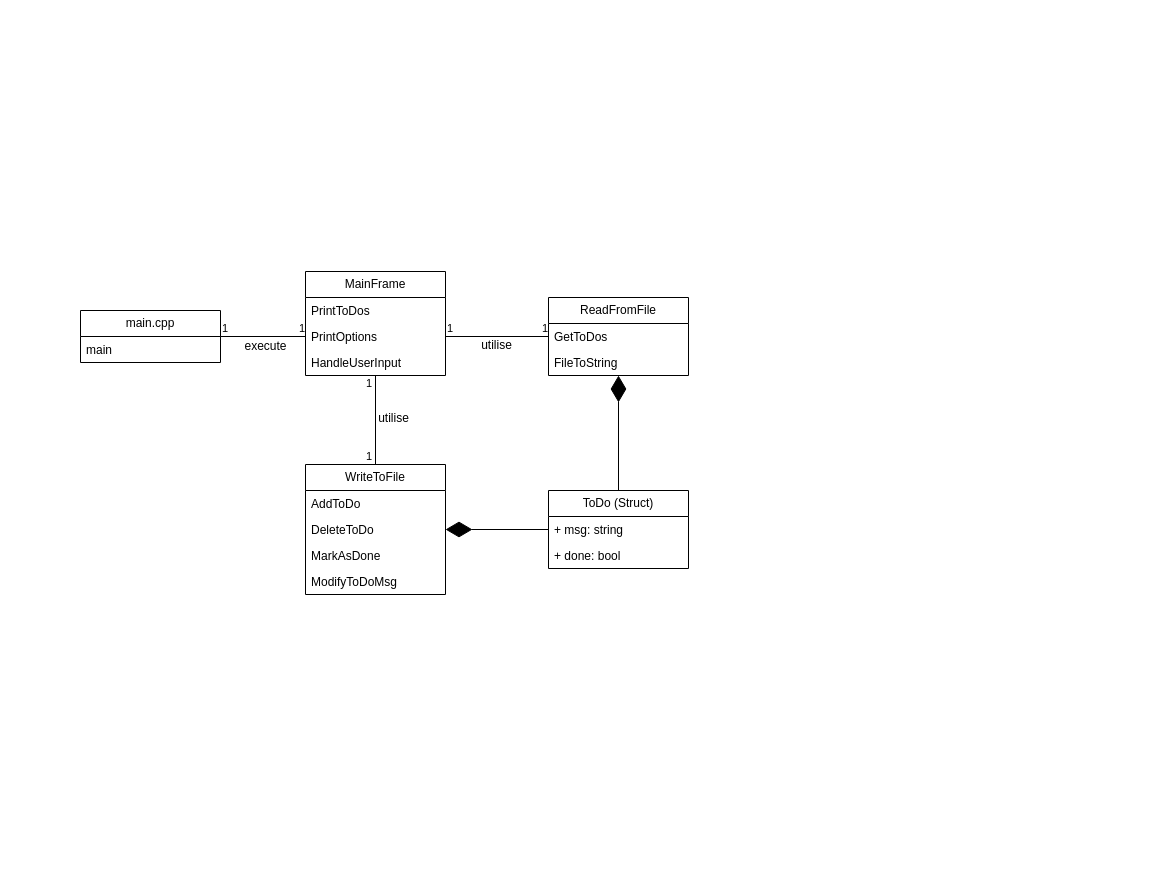
Earlier version of the draw.io diagram page "Class Diagram" (3 of 3) of uml_diagrams/ToDoListConsoleApplication.drawio (EvatsugDnalloR/ToDoListConsoleApplication). Source tidied: cells renumbered, new cells numbered last; positions are measured from the earlier drawing's top-left corner, leaving out a move shared by most shapes. Both pictures are drawn from the tidied source at 100%, with x=0, y=0 at pixel (80, 271).
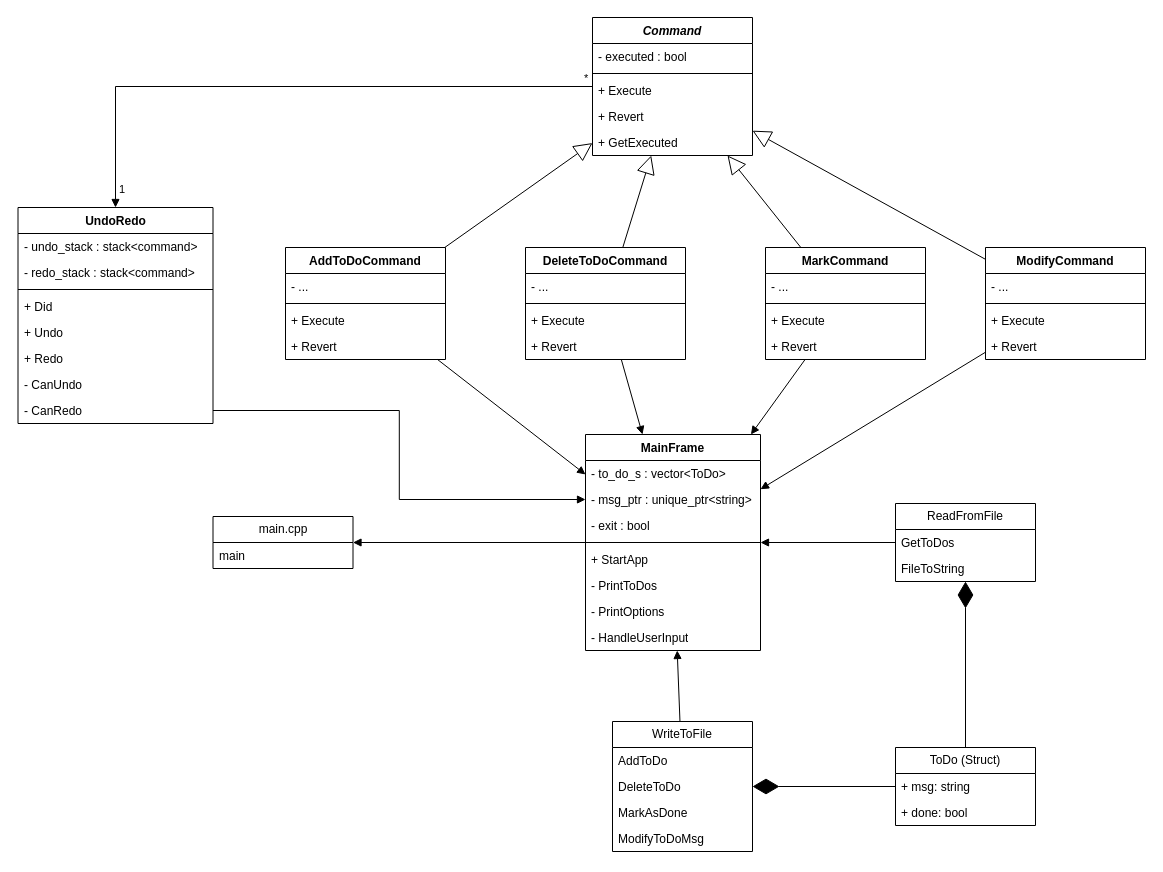
The same page after the edit.

Commit message (it also covers changes not shown here):
updated uml designs to adapt UndoRedo feature by Command pattern

What changed in the source:
```diff
@@
     <mxCell id="2" value="main.cpp" style="swimlane;fontStyle=0;horizontal=1;startSize=26;fillColor=none;whiteSpace=wrap;html=1;" parent="1" vertex="1">
-      <mxGeometry y="39" width="140" height="52" as="geometry" />
+      <mxGeometry x="132.5" y="245" width="140" height="52" as="geometry" />
     </mxCell>
@@
     <mxCell id="4" value="ToDo (Struct)" style="swimlane;fontStyle=0;horizontal=1;startSize=26;fillColor=none;whiteSpace=wrap;html=1;" parent="1" vertex="1">
-      <mxGeometry x="468" y="219" width="140" height="78" as="geometry" />
+      <mxGeometry x="815" y="476" width="140" height="78" as="geometry" />
     </mxCell>
@@
-    <mxCell id="7" value="MainFrame" style="swimlane;fontStyle=0;horizontal=1;startSize=26;fillColor=none;whiteSpace=wrap;html=1;" parent="1" vertex="1">
-      <mxGeometry x="225" width="140" height="104" as="geometry" />
-    </mxCell>
-    <mxCell id="8" value="PrintToDos" style="text;strokeColor=none;fillColor=none;align=left;verticalAlign=top;spacingLeft=4;spacingRight=4;overflow=hidden;whiteSpace=wrap;html=1;" parent="7" vertex="1">
-      <mxGeometry y="26" width="140" height="26" as="geometry" />
-    </mxCell>
-    <mxCell id="9" value="PrintOptions" style="text;strokeColor=none;fillColor=none;align=left;verticalAlign=top;spacingLeft=4;spacingRight=4;overflow=hidden;points=[[0,0.5],[1,0.5]];portConstraint=eastwest;whiteSpace=wrap;html=1;" parent="7" vertex="1">
-      <mxGeometry y="52" width="140" height="26" as="geometry" />
-    </mxCell>
-    <mxCell id="10" value="HandleUserInput" style="text;strokeColor=none;fillColor=none;align=left;verticalAlign=top;spacingLeft=4;spacingRight=4;overflow=hidden;whiteSpace=wrap;html=1;" parent="7" vertex="1">
-      <mxGeometry y="78" width="140" height="26" as="geometry" />
-    </mxCell>
-    <mxCell id="11" style="endArrow=none;html=1;edgeStyle=orthogonalEdgeStyle;rounded=0;entryX=0;entryY=0.5;entryDx=0;entryDy=0;exitX=1;exitY=0.5;exitDx=0;exitDy=0;" parent="1" edge="1" source="2" target="9">
-      <mxGeometry relative="1" as="geometry" />
-    </mxCell>
-    <mxCell id="12" value="1" style="edgeLabel;html=1;align=left;verticalAlign=bottom;" parent="11" vertex="1">
-      <mxGeometry x="-1" relative="1" as="geometry" />
-    </mxCell>
-    <mxCell id="13" value="1" style="edgeLabel;html=1;align=right;verticalAlign=bottom;" parent="11" vertex="1">
-      <mxGeometry x="1" relative="1" as="geometry" />
-    </mxCell>
-    <mxCell id="14" style="endArrow=none;html=1;edgeStyle=orthogonalEdgeStyle;rounded=0;entryX=0;entryY=0.5;entryDx=0;entryDy=0;exitX=1;exitY=0.5;exitDx=0;exitDy=0;" parent="1" edge="1" source="9" target="24">
-      <mxGeometry relative="1" as="geometry" />
-    </mxCell>
-    <mxCell id="15" value="1" style="edgeLabel;html=1;align=left;verticalAlign=bottom;" parent="14" vertex="1">
-      <mxGeometry x="-1" relative="1" as="geometry" />
-    </mxCell>
-    <mxCell id="16" value="1" style="edgeLabel;html=1;align=right;verticalAlign=bottom;" parent="14" vertex="1">
-      <mxGeometry x="1" relative="1" as="geometry" />
-    </mxCell>
-    <mxCell id="17" value="execute" style="text;html=1;align=center;verticalAlign=middle;strokeColor=none;fillColor=none;" parent="1" vertex="1">
-      <mxGeometry x="150" y="60" width="70" height="30" as="geometry" />
-    </mxCell>
-    <mxCell id="18" value="utilise" style="text;html=1;align=center;verticalAlign=middle;strokeColor=none;fillColor=none;" parent="1" vertex="1">
-      <mxGeometry x="391" y="59" width="50" height="30" as="geometry" />
-    </mxCell>
     <mxCell id="19" value="WriteToFile" style="swimlane;fontStyle=0;horizontal=1;startSize=26;fillColor=none;whiteSpace=wrap;html=1;" parent="1" vertex="1">
-      <mxGeometry x="225" y="193" width="140" height="130" as="geometry" />
+      <mxGeometry x="532" y="450" width="140" height="130" as="geometry" />
     </mxCell>
@@
     <mxCell id="24" value="ReadFromFile" style="swimlane;fontStyle=0;horizontal=1;startSize=26;fillColor=none;whiteSpace=wrap;html=1;" parent="1" vertex="1">
-      <mxGeometry x="468" y="26" width="140" height="78" as="geometry" />
+      <mxGeometry x="815" y="232" width="140" height="78" as="geometry" />
     </mxCell>
@@
-    <mxCell id="27" style="endArrow=none;html=1;edgeStyle=orthogonalEdgeStyle;rounded=0;entryX=0.5;entryY=0;entryDx=0;entryDy=0;" parent="1" edge="1" source="7" target="19">
-      <mxGeometry relative="1" as="geometry" />
-    </mxCell>
-    <mxCell id="28" value="1" style="edgeLabel;html=1;align=left;verticalAlign=bottom;" parent="27" vertex="1">
-      <mxGeometry x="-1" relative="1" as="geometry">
-        <mxPoint x="-11" y="16" as="offset" />
-      </mxGeometry>
-    </mxCell>
-    <mxCell id="29" value="1" style="edgeLabel;html=1;align=right;verticalAlign=bottom;" parent="27" vertex="1">
-      <mxGeometry x="1" relative="1" as="geometry">
-        <mxPoint x="-3" as="offset" />
-      </mxGeometry>
-    </mxCell>
-    <mxCell id="30" value="utilise" style="text;html=1;align=center;verticalAlign=middle;strokeColor=none;fillColor=none;" parent="1" vertex="1">
-      <mxGeometry x="288" y="132" width="50" height="30" as="geometry" />
-    </mxCell>
@@
+    <mxCell id="33" value="UndoRedo" style="swimlane;fontStyle=1;align=center;verticalAlign=top;horizontal=1;startSize=26;whiteSpace=wrap;html=1;" parent="1" vertex="1">
+      <mxGeometry x="-62.5" y="-64" width="195" height="216" as="geometry" />
+    </mxCell>
+    <mxCell id="34" value="- undo_stack : stack&amp;lt;command&amp;gt;" style="text;strokeColor=none;fillColor=none;align=left;verticalAlign=top;spacingLeft=4;spacingRight=4;overflow=hidden;whiteSpace=wrap;html=1;" parent="33" vertex="1">
+      <mxGeometry y="26" width="195" height="26" as="geometry" />
+    </mxCell>
+    <mxCell id="35" value="- redo_stack : stack&amp;lt;command&amp;gt;" style="text;strokeColor=none;fillColor=none;align=left;verticalAlign=top;spacingLeft=4;spacingRight=4;overflow=hidden;whiteSpace=wrap;html=1;" parent="33" vertex="1">
+      <mxGeometry y="52" width="195" height="26" as="geometry" />
+    </mxCell>
+    <mxCell id="36" style="line;strokeWidth=1;fillColor=none;align=left;verticalAlign=middle;spacingTop=-1;spacingLeft=3;spacingRight=3;labelPosition=right;strokeColor=inherit;" parent="33" vertex="1">
+      <mxGeometry y="78" width="195" height="8" as="geometry" />
+    </mxCell>
+    <mxCell id="37" value="+ Did" style="text;strokeColor=none;fillColor=none;align=left;verticalAlign=top;spacingLeft=4;spacingRight=4;overflow=hidden;whiteSpace=wrap;html=1;" parent="33" vertex="1">
+      <mxGeometry y="86" width="195" height="26" as="geometry" />
+    </mxCell>
+    <mxCell id="38" value="+ Undo" style="text;strokeColor=none;fillColor=none;align=left;verticalAlign=top;spacingLeft=4;spacingRight=4;overflow=hidden;whiteSpace=wrap;html=1;" parent="33" vertex="1">
+      <mxGeometry y="112" width="195" height="26" as="geometry" />
+    </mxCell>
+    <mxCell id="39" value="+ Redo" style="text;strokeColor=none;fillColor=none;align=left;verticalAlign=top;spacingLeft=4;spacingRight=4;overflow=hidden;whiteSpace=wrap;html=1;" parent="33" vertex="1">
+      <mxGeometry y="138" width="195" height="26" as="geometry" />
+    </mxCell>
+    <mxCell id="40" value="- CanUndo" style="text;strokeColor=none;fillColor=none;align=left;verticalAlign=top;spacingLeft=4;spacingRight=4;overflow=hidden;whiteSpace=wrap;html=1;" parent="33" vertex="1">
+      <mxGeometry y="164" width="195" height="26" as="geometry" />
+    </mxCell>
+    <mxCell id="41" value="- CanRedo" style="text;strokeColor=none;fillColor=none;align=left;verticalAlign=top;spacingLeft=4;spacingRight=4;overflow=hidden;points=[[0,0.5],[1,0.5]];portConstraint=eastwest;whiteSpace=wrap;html=1;" parent="33" vertex="1">
+      <mxGeometry y="190" width="195" height="26" as="geometry" />
+    </mxCell>
+    <mxCell id="7" value="MainFrame" style="swimlane;fontStyle=1;align=center;verticalAlign=top;horizontal=1;startSize=26;whiteSpace=wrap;html=1;" parent="1" vertex="1">
+      <mxGeometry x="505" y="163" width="175" height="216" as="geometry" />
+    </mxCell>
+    <mxCell id="42" value="- to_do_s : vector&amp;lt;ToDo&amp;gt;" style="text;strokeColor=none;fillColor=none;align=left;verticalAlign=top;spacingLeft=4;spacingRight=4;overflow=hidden;whiteSpace=wrap;html=1;" parent="7" vertex="1">
+      <mxGeometry y="26" width="175" height="26" as="geometry" />
+    </mxCell>
+    <mxCell id="43" value="- msg_ptr : unique_ptr&amp;lt;string&amp;gt;" style="text;strokeColor=none;fillColor=none;align=left;verticalAlign=top;spacingLeft=4;spacingRight=4;overflow=hidden;points=[[0,0.5],[1,0.5]];portConstraint=eastwest;whiteSpace=wrap;html=1;" parent="7" vertex="1">
+      <mxGeometry y="52" width="175" height="26" as="geometry" />
+    </mxCell>
+    <mxCell id="44" value="- exit : bool" style="text;strokeColor=none;fillColor=none;align=left;verticalAlign=top;spacingLeft=4;spacingRight=4;overflow=hidden;whiteSpace=wrap;html=1;" parent="7" vertex="1">
+      <mxGeometry y="78" width="175" height="26" as="geometry" />
+    </mxCell>
+    <mxCell id="45" style="line;strokeWidth=1;fillColor=none;align=left;verticalAlign=middle;spacingTop=-1;spacingLeft=3;spacingRight=3;labelPosition=right;strokeColor=inherit;" parent="7" vertex="1">
+      <mxGeometry y="104" width="175" height="8" as="geometry" />
+    </mxCell>
+    <mxCell id="46" value="+ StartApp" style="text;strokeColor=none;fillColor=none;align=left;verticalAlign=top;spacingLeft=4;spacingRight=4;overflow=hidden;whiteSpace=wrap;html=1;" parent="7" vertex="1">
+      <mxGeometry y="112" width="175" height="26" as="geometry" />
+    </mxCell>
+    <mxCell id="47" value="- PrintToDos" style="text;strokeColor=none;fillColor=none;align=left;verticalAlign=top;spacingLeft=4;spacingRight=4;overflow=hidden;whiteSpace=wrap;html=1;" parent="7" vertex="1">
+      <mxGeometry y="138" width="175" height="26" as="geometry" />
+    </mxCell>
+    <mxCell id="48" value="- PrintOptions" style="text;strokeColor=none;fillColor=none;align=left;verticalAlign=top;spacingLeft=4;spacingRight=4;overflow=hidden;whiteSpace=wrap;html=1;" parent="7" vertex="1">
+      <mxGeometry y="164" width="175" height="26" as="geometry" />
+    </mxCell>
+    <mxCell id="49" value="- HandleUserInput" style="text;strokeColor=none;fillColor=none;align=left;verticalAlign=top;spacingLeft=4;spacingRight=4;overflow=hidden;whiteSpace=wrap;html=1;" parent="7" vertex="1">
+      <mxGeometry y="190" width="175" height="26" as="geometry" />
+    </mxCell>
+    <mxCell id="50" value="&lt;i&gt;Command&lt;/i&gt;" style="swimlane;fontStyle=1;align=center;verticalAlign=top;horizontal=1;startSize=26;whiteSpace=wrap;html=1;" parent="1" vertex="1">
+      <mxGeometry x="512" y="-254" width="160" height="138" as="geometry" />
+    </mxCell>
+    <mxCell id="51" value="- executed : bool" style="text;strokeColor=none;fillColor=none;align=left;verticalAlign=top;spacingLeft=4;spacingRight=4;overflow=hidden;whiteSpace=wrap;html=1;" parent="50" vertex="1">
+      <mxGeometry y="26" width="160" height="26" as="geometry" />
+    </mxCell>
+    <mxCell id="52" style="line;strokeWidth=1;fillColor=none;align=left;verticalAlign=middle;spacingTop=-1;spacingLeft=3;spacingRight=3;labelPosition=right;strokeColor=inherit;" parent="50" vertex="1">
+      <mxGeometry y="52" width="160" height="8" as="geometry" />
+    </mxCell>
+    <mxCell id="53" value="+ Execute" style="text;strokeColor=none;fillColor=none;align=left;verticalAlign=top;spacingLeft=4;spacingRight=4;overflow=hidden;whiteSpace=wrap;html=1;" parent="50" vertex="1">
+      <mxGeometry y="60" width="160" height="26" as="geometry" />
+    </mxCell>
+    <mxCell id="54" value="+ Revert" style="text;strokeColor=none;fillColor=none;align=left;verticalAlign=top;spacingLeft=4;spacingRight=4;overflow=hidden;whiteSpace=wrap;html=1;" parent="50" vertex="1">
+      <mxGeometry y="86" width="160" height="26" as="geometry" />
+    </mxCell>
+    <mxCell id="55" value="+ GetExecuted" style="text;strokeColor=none;fillColor=none;align=left;verticalAlign=top;spacingLeft=4;spacingRight=4;overflow=hidden;whiteSpace=wrap;html=1;" parent="50" vertex="1">
+      <mxGeometry y="112" width="160" height="26" as="geometry" />
+    </mxCell>
+    <mxCell id="56" value="AddToDoCommand" style="swimlane;fontStyle=1;align=center;verticalAlign=top;horizontal=1;startSize=26;whiteSpace=wrap;html=1;" parent="1" vertex="1">
+      <mxGeometry x="205" y="-24" width="160" height="112" as="geometry" />
+    </mxCell>
+    <mxCell id="57" value="- ..." style="text;strokeColor=none;fillColor=none;align=left;verticalAlign=top;spacingLeft=4;spacingRight=4;overflow=hidden;whiteSpace=wrap;html=1;" parent="56" vertex="1">
+      <mxGeometry y="26" width="160" height="26" as="geometry" />
+    </mxCell>
+    <mxCell id="58" style="line;strokeWidth=1;fillColor=none;align=left;verticalAlign=middle;spacingTop=-1;spacingLeft=3;spacingRight=3;labelPosition=right;strokeColor=inherit;" parent="56" vertex="1">
+      <mxGeometry y="52" width="160" height="8" as="geometry" />
+    </mxCell>
+    <mxCell id="59" value="+ Execute" style="text;strokeColor=none;fillColor=none;align=left;verticalAlign=top;spacingLeft=4;spacingRight=4;overflow=hidden;whiteSpace=wrap;html=1;" parent="56" vertex="1">
+      <mxGeometry y="60" width="160" height="26" as="geometry" />
+    </mxCell>
+    <mxCell id="60" value="+ Revert" style="text;strokeColor=none;fillColor=none;align=left;verticalAlign=top;spacingLeft=4;spacingRight=4;overflow=hidden;whiteSpace=wrap;html=1;" parent="56" vertex="1">
+      <mxGeometry y="86" width="160" height="26" as="geometry" />
+    </mxCell>
+    <mxCell id="61" value="DeleteToDoCommand" style="swimlane;fontStyle=1;align=center;verticalAlign=top;horizontal=1;startSize=26;whiteSpace=wrap;html=1;" parent="1" vertex="1">
+      <mxGeometry x="445" y="-24" width="160" height="112" as="geometry" />
+    </mxCell>
+    <mxCell id="62" value="- ..." style="text;strokeColor=none;fillColor=none;align=left;verticalAlign=top;spacingLeft=4;spacingRight=4;overflow=hidden;whiteSpace=wrap;html=1;" parent="61" vertex="1">
+      <mxGeometry y="26" width="160" height="26" as="geometry" />
+    </mxCell>
+    <mxCell id="63" style="line;strokeWidth=1;fillColor=none;align=left;verticalAlign=middle;spacingTop=-1;spacingLeft=3;spacingRight=3;labelPosition=right;strokeColor=inherit;" parent="61" vertex="1">
+      <mxGeometry y="52" width="160" height="8" as="geometry" />
+    </mxCell>
+    <mxCell id="64" value="+ Execute" style="text;strokeColor=none;fillColor=none;align=left;verticalAlign=top;spacingLeft=4;spacingRight=4;overflow=hidden;whiteSpace=wrap;html=1;" parent="61" vertex="1">
+      <mxGeometry y="60" width="160" height="26" as="geometry" />
+    </mxCell>
+    <mxCell id="65" value="+ Revert" style="text;strokeColor=none;fillColor=none;align=left;verticalAlign=top;spacingLeft=4;spacingRight=4;overflow=hidden;whiteSpace=wrap;html=1;" parent="61" vertex="1">
+      <mxGeometry y="86" width="160" height="26" as="geometry" />
+    </mxCell>
+    <mxCell id="66" value="MarkCommand" style="swimlane;fontStyle=1;align=center;verticalAlign=top;horizontal=1;startSize=26;whiteSpace=wrap;html=1;" parent="1" vertex="1">
+      <mxGeometry x="685" y="-24" width="160" height="112" as="geometry" />
+    </mxCell>
+    <mxCell id="67" value="- ..." style="text;strokeColor=none;fillColor=none;align=left;verticalAlign=top;spacingLeft=4;spacingRight=4;overflow=hidden;whiteSpace=wrap;html=1;" parent="66" vertex="1">
+      <mxGeometry y="26" width="160" height="26" as="geometry" />
+    </mxCell>
+    <mxCell id="68" style="line;strokeWidth=1;fillColor=none;align=left;verticalAlign=middle;spacingTop=-1;spacingLeft=3;spacingRight=3;labelPosition=right;strokeColor=inherit;" parent="66" vertex="1">
+      <mxGeometry y="52" width="160" height="8" as="geometry" />
+    </mxCell>
+    <mxCell id="69" value="+ Execute" style="text;strokeColor=none;fillColor=none;align=left;verticalAlign=top;spacingLeft=4;spacingRight=4;overflow=hidden;whiteSpace=wrap;html=1;" parent="66" vertex="1">
+      <mxGeometry y="60" width="160" height="26" as="geometry" />
+    </mxCell>
+    <mxCell id="70" value="+ Revert" style="text;strokeColor=none;fillColor=none;align=left;verticalAlign=top;spacingLeft=4;spacingRight=4;overflow=hidden;whiteSpace=wrap;html=1;" parent="66" vertex="1">
+      <mxGeometry y="86" width="160" height="26" as="geometry" />
+    </mxCell>
+    <mxCell id="71" value="ModifyCommand" style="swimlane;fontStyle=1;align=center;verticalAlign=top;horizontal=1;startSize=26;whiteSpace=wrap;html=1;" parent="1" vertex="1">
+      <mxGeometry x="905" y="-24" width="160" height="112" as="geometry" />
+    </mxCell>
+    <mxCell id="72" value="- ..." style="text;strokeColor=none;fillColor=none;align=left;verticalAlign=top;spacingLeft=4;spacingRight=4;overflow=hidden;whiteSpace=wrap;html=1;" parent="71" vertex="1">
+      <mxGeometry y="26" width="160" height="26" as="geometry" />
+    </mxCell>
+    <mxCell id="73" style="line;strokeWidth=1;fillColor=none;align=left;verticalAlign=middle;spacingTop=-1;spacingLeft=3;spacingRight=3;labelPosition=right;strokeColor=inherit;" parent="71" vertex="1">
+      <mxGeometry y="52" width="160" height="8" as="geometry" />
+    </mxCell>
+    <mxCell id="74" value="+ Execute" style="text;strokeColor=none;fillColor=none;align=left;verticalAlign=top;spacingLeft=4;spacingRight=4;overflow=hidden;whiteSpace=wrap;html=1;" parent="71" vertex="1">
+      <mxGeometry y="60" width="160" height="26" as="geometry" />
+    </mxCell>
+    <mxCell id="75" value="+ Revert" style="text;strokeColor=none;fillColor=none;align=left;verticalAlign=top;spacingLeft=4;spacingRight=4;overflow=hidden;whiteSpace=wrap;html=1;" parent="71" vertex="1">
+      <mxGeometry y="86" width="160" height="26" as="geometry" />
+    </mxCell>
+    <mxCell id="76" style="endArrow=block;endSize=16;endFill=0;html=1;rounded=0;" parent="1" edge="1" source="56" target="50">
+      <mxGeometry relative="1" as="geometry" />
+    </mxCell>
+    <mxCell id="77" style="endArrow=block;endSize=16;endFill=0;html=1;rounded=0;" parent="1" edge="1" source="61" target="50">
+      <mxGeometry relative="1" as="geometry" />
+    </mxCell>
+    <mxCell id="78" style="endArrow=block;endSize=16;endFill=0;html=1;rounded=0;" parent="1" edge="1" source="66" target="50">
+      <mxGeometry relative="1" as="geometry" />
+    </mxCell>
+    <mxCell id="79" style="endArrow=block;endSize=16;endFill=0;html=1;rounded=0;" parent="1" edge="1" source="71" target="50">
+      <mxGeometry relative="1" as="geometry" />
+    </mxCell>
+    <mxCell id="80" style="endArrow=block;endFill=1;html=1;edgeStyle=orthogonalEdgeStyle;align=left;verticalAlign=top;rounded=0;" parent="1" edge="1" source="50" target="33">
+      <mxGeometry x="-1" relative="1" as="geometry" />
+    </mxCell>
+    <mxCell id="81" value="*" style="edgeLabel;html=1;align=left;verticalAlign=bottom;" parent="80" vertex="1">
+      <mxGeometry x="-1" relative="1" as="geometry">
+        <mxPoint x="-10" as="offset" />
+      </mxGeometry>
+    </mxCell>
+    <mxCell id="82" value="1" style="edgeLabel;html=1;align=left;verticalAlign=bottom;" parent="1" vertex="1">
+      <mxGeometry x="37" y="-74" as="geometry" />
+    </mxCell>
+    <mxCell id="83" style="endArrow=block;endFill=1;html=1;align=left;verticalAlign=top;rounded=0;" parent="1" edge="1" source="56" target="7">
+      <mxGeometry x="-1" relative="1" as="geometry" />
+    </mxCell>
+    <mxCell id="84" style="endArrow=block;endFill=1;html=1;align=left;verticalAlign=top;rounded=0;" parent="1" edge="1" source="61" target="7">
+      <mxGeometry x="-1" relative="1" as="geometry" />
+    </mxCell>
+    <mxCell id="85" style="endArrow=block;endFill=1;html=1;align=left;verticalAlign=top;rounded=0;" parent="1" edge="1" source="66" target="7">
+      <mxGeometry x="-1" relative="1" as="geometry" />
+    </mxCell>
+    <mxCell id="86" style="endArrow=block;endFill=1;html=1;align=left;verticalAlign=top;rounded=0;" parent="1" edge="1" source="71" target="7">
+      <mxGeometry x="-1" relative="1" as="geometry" />
+    </mxCell>
+    <mxCell id="87" style="endArrow=block;endFill=1;html=1;align=left;verticalAlign=top;rounded=0;" parent="1" edge="1" source="24" target="7">
+      <mxGeometry x="-1" relative="1" as="geometry" />
+    </mxCell>
+    <mxCell id="88" style="endArrow=block;endFill=1;html=1;align=left;verticalAlign=top;rounded=0;" parent="1" edge="1" source="19" target="7">
+      <mxGeometry x="-1" relative="1" as="geometry" />
+    </mxCell>
+    <mxCell id="89" style="endArrow=block;endFill=1;html=1;edgeStyle=orthogonalEdgeStyle;align=left;verticalAlign=top;rounded=0;entryX=0;entryY=0.5;entryDx=0;entryDy=0;exitX=1;exitY=0.5;exitDx=0;exitDy=0;" parent="1" edge="1" source="41" target="43">
+      <mxGeometry x="-1" relative="1" as="geometry" />
+    </mxCell>
+    <mxCell id="90" style="endArrow=block;endFill=1;html=1;align=left;verticalAlign=top;rounded=0;" parent="1" edge="1" source="7" target="2">
+      <mxGeometry x="-1" relative="1" as="geometry" />
+    </mxCell>
```
